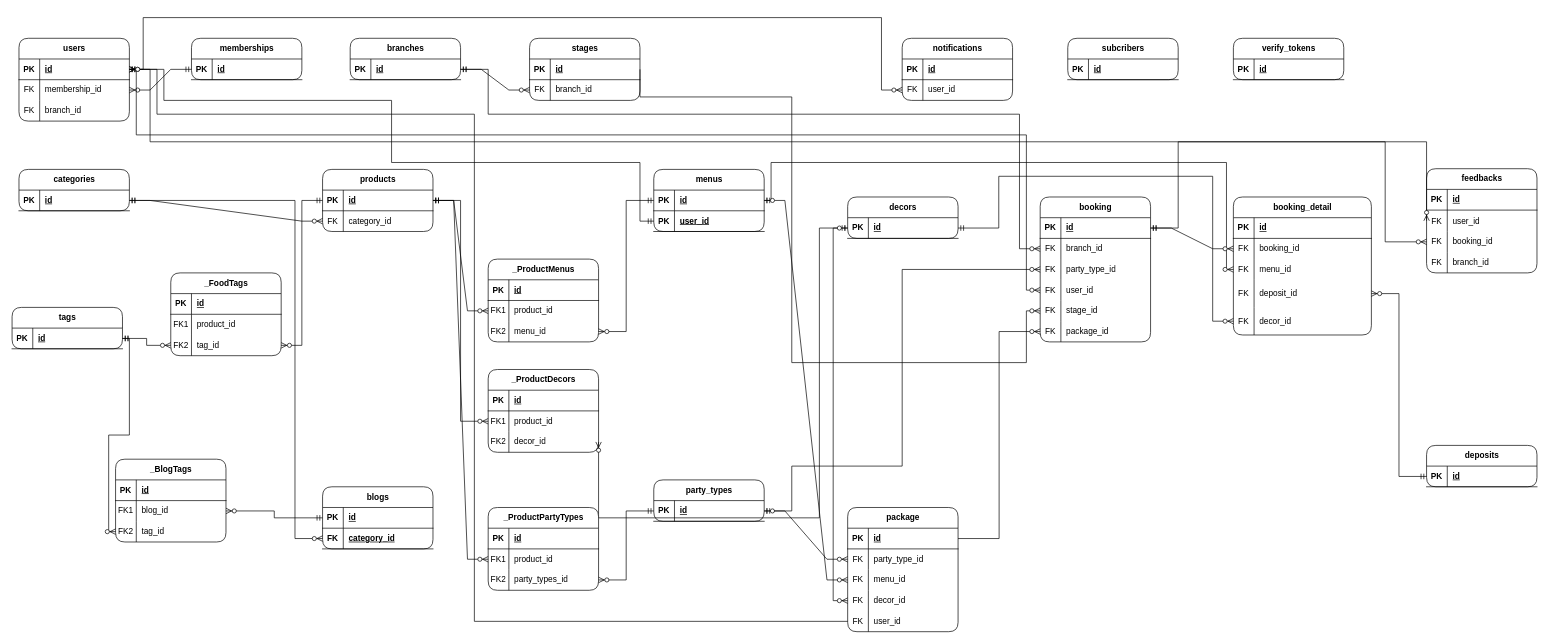
The draw.io diagram page "ERD-L1" (1 of 8) of Joie Palace.drawio in HongSon04/ERD-Joie-Palace, before the edit. Source tidied: cells renumbered, new cells numbered last; positions are measured from the earlier drawing's top-left corner, leaving out a move shared by most shapes. Both pictures are drawn from the tidied source at 69%, with x=0, y=0 at pixel (12, 17).
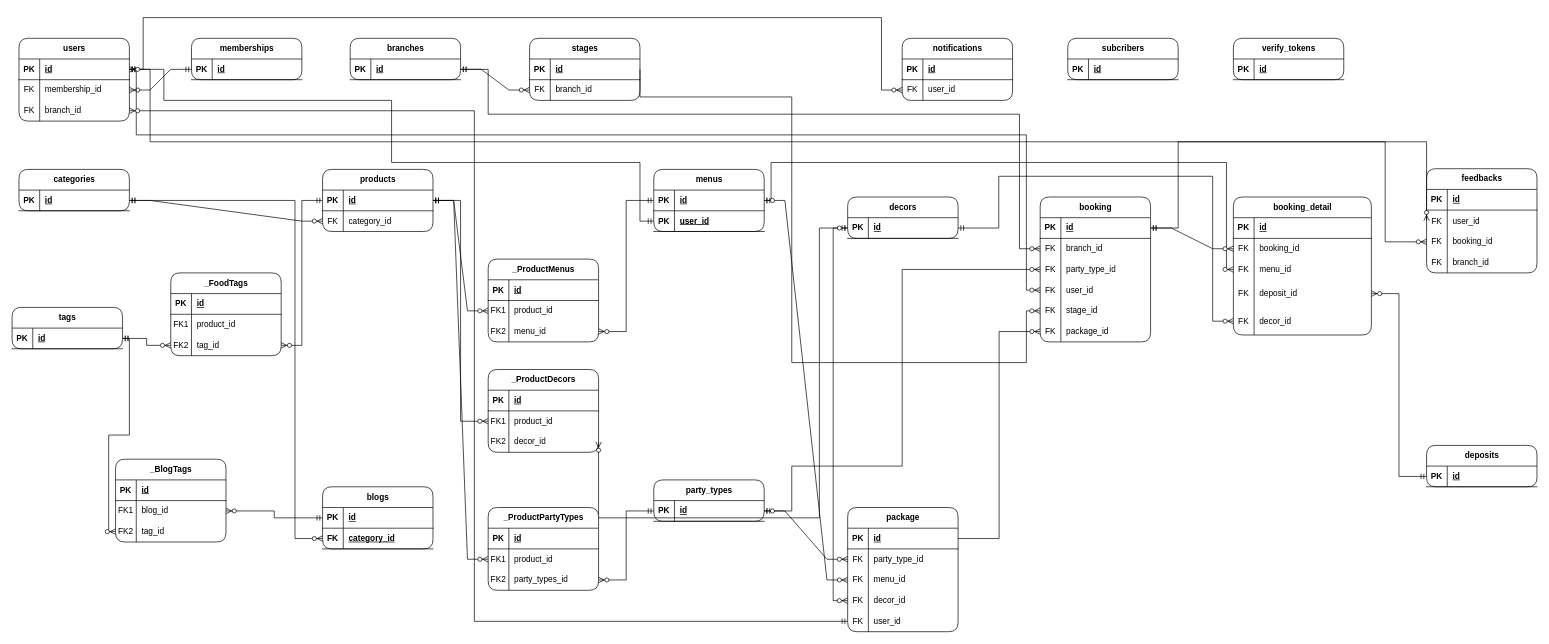
After the change.

Unchanged cells that the change refers to:
```xml
<mxCell id="4" style="shape=tableRow;horizontal=0;startSize=0;swimlaneHead=0;swimlaneBody=0;fillColor=none;points=[[0,0.5],[1,0.5]];portConstraint=eastwest;top=0;left=0;right=0;bottom=1;" parent="3" vertex="1">
  <mxGeometry y="30" width="160" height="30" as="geometry" />
</mxCell>
<mxCell id="10" style="shape=tableRow;horizontal=0;startSize=0;swimlaneHead=0;swimlaneBody=0;fillColor=none;points=[[0,0.5],[1,0.5]];portConstraint=eastwest;top=0;left=0;right=0;bottom=0;" parent="3" vertex="1">
  <mxGeometry y="90" width="160" height="30" as="geometry" />
</mxCell>
<mxCell id="172" style="shape=tableRow;horizontal=0;startSize=0;swimlaneHead=0;swimlaneBody=0;fillColor=none;points=[[0,0.5],[1,0.5]];portConstraint=eastwest;top=0;left=0;right=0;bottom=0;" parent="159" vertex="1">
  <mxGeometry y="150" width="160" height="30" as="geometry" />
</mxCell>
```

What changed in the source:
```diff
@@
-    <mxCell id="229" style="edgeStyle=orthogonalEdgeStyle;fontSize=12;html=1;endArrow=ERzeroToMany;endFill=1;rounded=0;exitX=0;exitY=0.5;exitDx=0;exitDy=0;entryX=1;entryY=0.5;entryDx=0;entryDy=0;" parent="1" edge="1" source="172" target="4">
-      <mxGeometry relative="1" as="geometry">
-        <Array as="points">
-          <mxPoint x="670" y="875" />
-          <mxPoint x="670" y="140" />
-          <mxPoint x="210" y="140" />
-          <mxPoint x="210" y="75" />
-        </Array>
-      </mxGeometry>
-    </mxCell>
+    <mxCell id="230" style="edgeStyle=orthogonalEdgeStyle;fontSize=12;html=1;endArrow=ERzeroToMany;startArrow=ERmandOne;rounded=0;exitX=0;exitY=0.5;exitDx=0;exitDy=0;entryX=1;entryY=0.5;entryDx=0;entryDy=0;" parent="1" edge="1" source="172" target="10">
+      <mxGeometry relative="1" as="geometry">
+        <Array as="points">
+          <mxPoint x="670" y="875" />
+          <mxPoint x="670" y="135" />
+        </Array>
+      </mxGeometry>
+    </mxCell>
```
